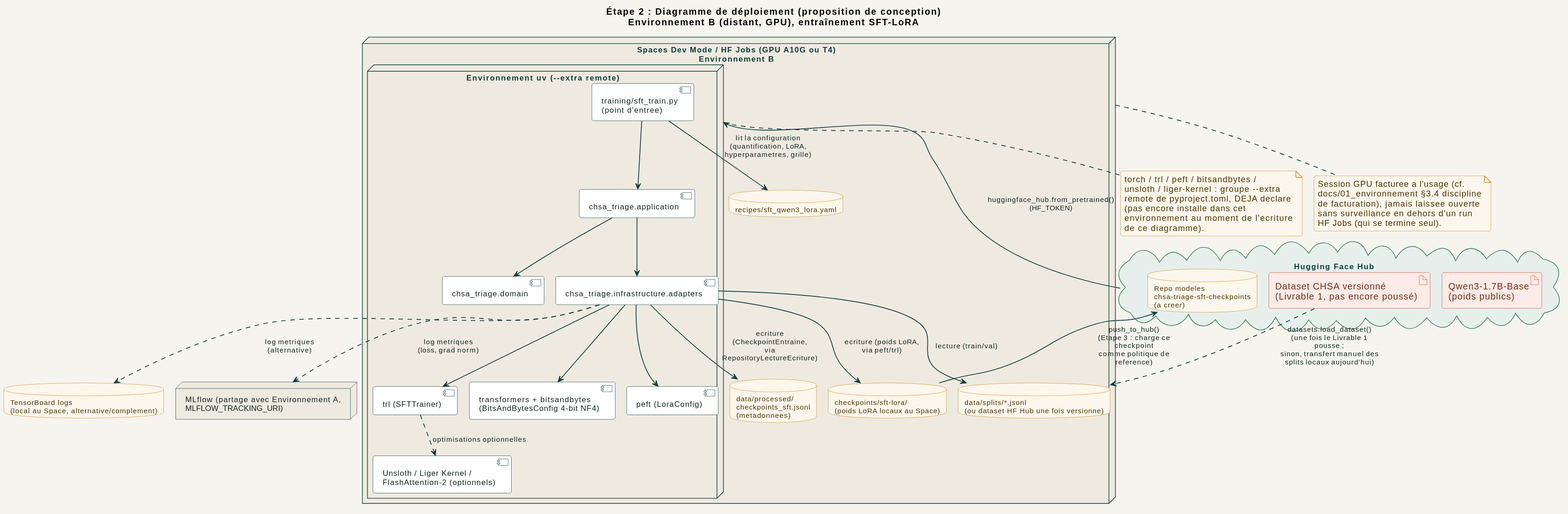
Above: docs/diagrams/03_etape2_sft/deploiement/deploiement_etape2.svg in racemartin/m14_ocr (PlantUML), before the change. Its diagram source:
```plantuml
@startuml
!pragma layout smetana
!include ../../_common/estilo.iuml

title Étape 2 : Diagramme de déploiement (proposition de conception)\nEnvironnement B (distant, GPU), entraînement SFT-LoRA

cloud "Hugging Face Hub" as HFHUB {
  artifact "Qwen3-1.7B-Base\n(poids publics)" as MODELE
  artifact "Dataset CHSA versionné\n(Livrable 1, pas encore poussé)" as DATASET_HUB
  database "Repo modeles\nchsa-triage-sft-checkpoints\n(a creer)" as REPO_CHECKPOINTS
}

node "Spaces Dev Mode / HF Jobs (GPU A10G ou T4)\nEnvironnement B" as REMOTE {

  node "Environnement uv (--extra remote)" as VENV {
    component "training/sft_train.py\n(point d'entree)" as CLI
    component "chsa_triage.application" as APP
    component "chsa_triage.domain" as DOM
    component "chsa_triage.infrastructure.adapters" as INFRA
    component "transformers + bitsandbytes\n(BitsAndBytesConfig 4-bit NF4)" as HF
    component "peft (LoraConfig)" as PEFT
    component "trl (SFTTrainer)" as TRL
    component "Unsloth / Liger Kernel /\nFlashAttention-2 (optionnels)" as OPT
  }

  database "data/splits/*.jsonl\n(ou dataset HF Hub une fois versionne)" as SPLITS
  database "recipes/sft_qwen3_lora.yaml" as RECIPE
  database "checkpoints/sft-lora/\n(poids LoRA locaux au Space)" as CKPT_LOCAL
  database "data/processed/\ncheckpoints_sft.jsonl\n(metadonnees)" as CKPT_META
}

node "MLflow (partage avec Environnement A,\nMLFLOW_TRACKING_URI)" as MLFLOW
database "TensorBoard logs\n(local au Space, alternative/complement)" as TB

HFHUB --> VENV : huggingface_hub.from_pretrained()\n(HF_TOKEN)
DATASET_HUB ..> SPLITS : datasets.load_dataset()\n(une fois le Livrable 1 pousse ;\nsinon, transfert manuel des\nsplits locaux aujourd'hui)

CLI --> APP
APP --> DOM
APP --> INFRA
INFRA --> HF
INFRA --> PEFT
INFRA --> TRL
TRL ..> OPT : optimisations optionnelles
CLI --> RECIPE : lit la configuration\n(quantification, LoRA,\nhyperparametres, grille)
INFRA --> SPLITS : lecture (train/val)
INFRA --> CKPT_LOCAL : ecriture (poids LoRA,\nvia peft/trl)
INFRA --> CKPT_META : ecriture (CheckpointEntraine,\nvia RepositoryLectureEcriture)
INFRA ..> MLFLOW : log metriques\n(loss, grad norm)
INFRA ..> TB : log metriques\n(alternative)
CKPT_LOCAL --> REPO_CHECKPOINTS : push_to_hub()\n(Etape 3 : charge ce checkpoint\ncomme politique de reference)

note bottom of REMOTE
  Session GPU facturee a l'usage (cf.
  docs/01_environnement §3.4 discipline
  de facturation), jamais laissee ouverte
  sans surveillance en dehors d'un run
  HF Jobs (qui se termine seul).
end note

note bottom of VENV
  torch / trl / peft / bitsandbytes /
  unsloth / liger-kernel : groupe --extra
  remote de pyproject.toml, DEJA declare
  (pas encore installe dans cet
  environnement au moment de l'ecriture
  de ce diagramme).
end note
@enduml
```
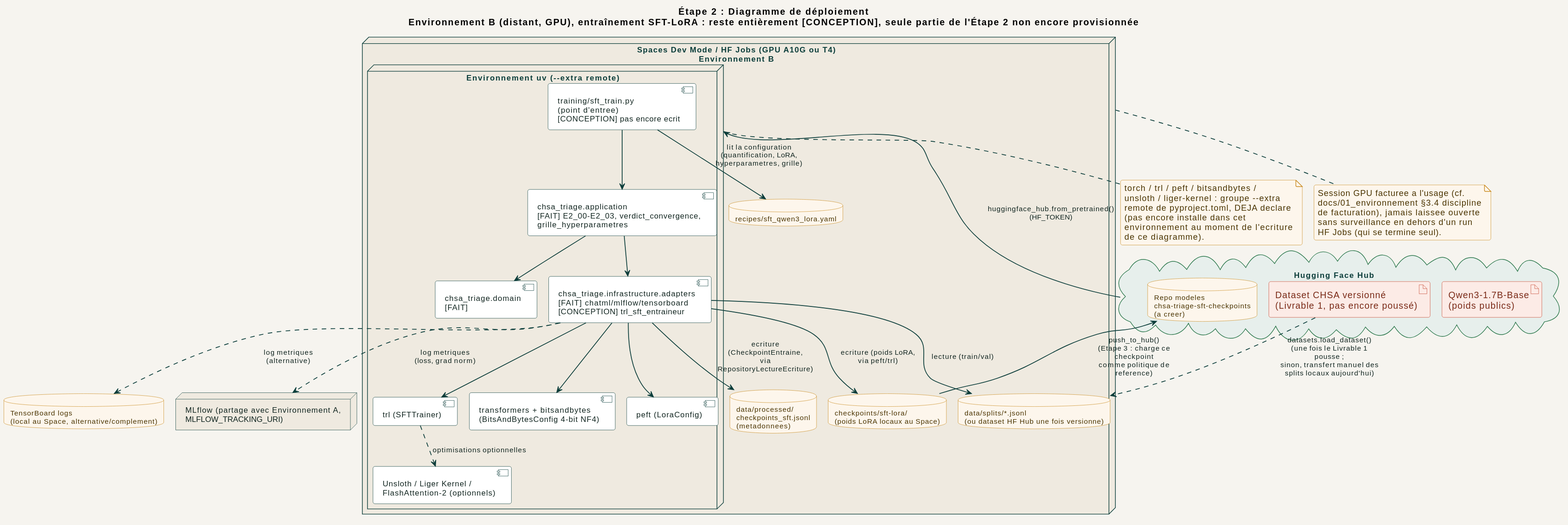
The same file after the commit.

What changed in the source:
```diff
@@ -2,7 +2,7 @@
 !pragma layout smetana
 !include ../../_common/estilo.iuml
 
-title Étape 2 : Diagramme de déploiement (proposition de conception)\nEnvironnement B (distant, GPU), entraînement SFT-LoRA
+title Étape 2 : Diagramme de déploiement\nEnvironnement B (distant, GPU), entraînement SFT-LoRA : reste entièrement [CONCEPTION], seule partie de l'Étape 2 non encore provisionnée
 
 cloud "Hugging Face Hub" as HFHUB {
   artifact "Qwen3-1.7B-Base\n(poids publics)" as MODELE
@@ -13,10 +13,10 @@
 node "Spaces Dev Mode / HF Jobs (GPU A10G ou T4)\nEnvironnement B" as REMOTE {
 
   node "Environnement uv (--extra remote)" as VENV {
-    component "training/sft_train.py\n(point d'entree)" as CLI
-    component "chsa_triage.application" as APP
-    component "chsa_triage.domain" as DOM
-    component "chsa_triage.infrastructure.adapters" as INFRA
+    component "training/sft_train.py\n(point d'entree)\n[CONCEPTION] pas encore ecrit" as CLI
+    component "chsa_triage.application\n[FAIT] E2_00-E2_03, verdict_convergence,\ngrille_hyperparametres" as APP
+    component "chsa_triage.domain\n[FAIT]" as DOM
+    component "chsa_triage.infrastructure.adapters\n[FAIT] chatml/mlflow/tensorboard\n[CONCEPTION] trl_sft_entraineur" as INFRA
     component "transformers + bitsandbytes\n(BitsAndBytesConfig 4-bit NF4)" as HF
     component "peft (LoraConfig)" as PEFT
     component "trl (SFTTrainer)" as TRL
```
